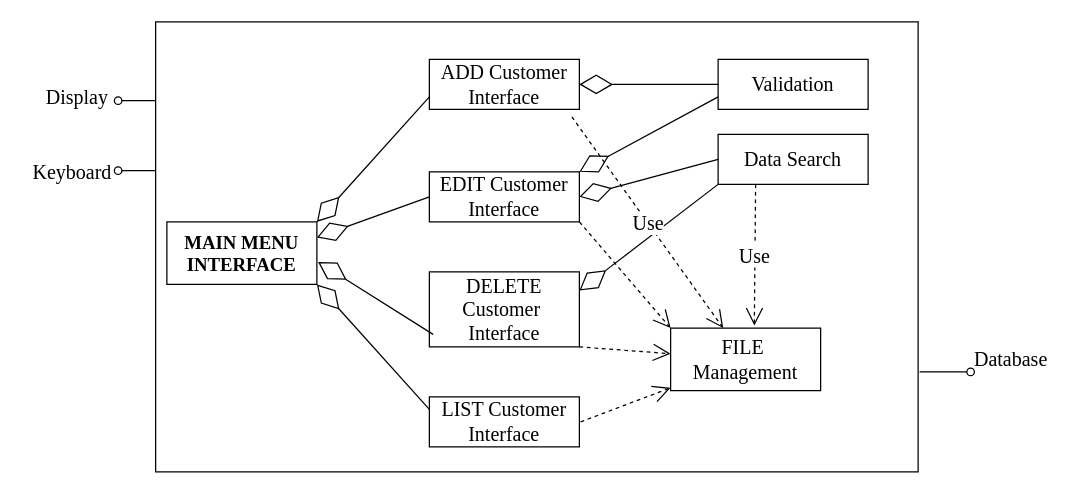
francis-job/jarvis keeps this draw.io diagram as Untitled Diagram.drawio. Above is the earlier version. Source tidied: cells renumbered, new cells numbered last; positions are measured from the earlier drawing's top-left corner, leaving out a move shared by most shapes. Both pictures are drawn from the tidied source at 125%, with x=0, y=0 at pixel (21, 21).
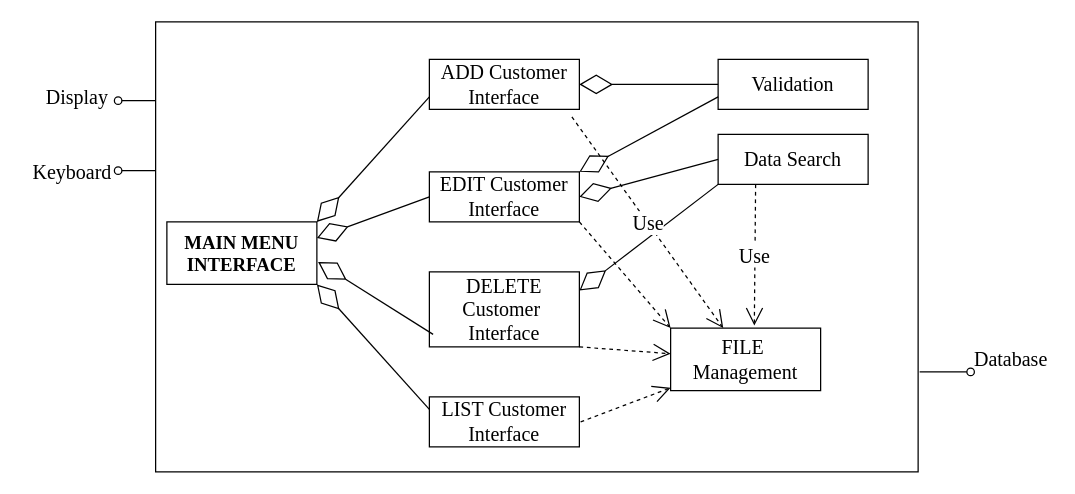
After the change.

The change refers to these unchanged cells:
```xml
<mxCell id="3" value="&lt;font style=&quot;font-size: 15px&quot;&gt;MAIN MENU INTERFACE&lt;/font&gt;" style="rounded=0;whiteSpace=wrap;html=1;fontFamily=Times New Roman;fontStyle=1;" parent="1" vertex="1">
  <mxGeometry x="116" y="160" width="120" height="50" as="geometry" />
</mxCell>
<mxCell id="5" value="&lt;font style=&quot;font-size: 16px&quot;&gt;EDIT Customer&lt;br&gt;Interface&lt;/font&gt;" style="rounded=0;whiteSpace=wrap;html=1;fontFamily=Times New Roman;" parent="1" vertex="1">
  <mxGeometry x="326" y="120" width="120" height="40" as="geometry" />
</mxCell>
```

Diff of the diagram source:
```diff
@@
-    <mxCell id="27" style="endArrow=diamondThin;endFill=0;endSize=24;html=1;entryX=1;entryY=0.25;entryDx=0;entryDy=0;exitX=0;exitY=0.5;exitDx=0;exitDy=0;" parent="1" edge="1" source="5" target="3">
-      <mxGeometry relative="1" as="geometry" />
+    <mxCell id="27" style="endArrow=diamondThin;endFill=0;endSize=24;html=1;exitX=0;exitY=0.5;exitDx=0;exitDy=0;" parent="1" edge="1" source="5">
+      <mxGeometry relative="1" as="geometry">
+        <mxPoint x="236" y="173" as="targetPoint" />
+      </mxGeometry>
     </mxCell>
```
